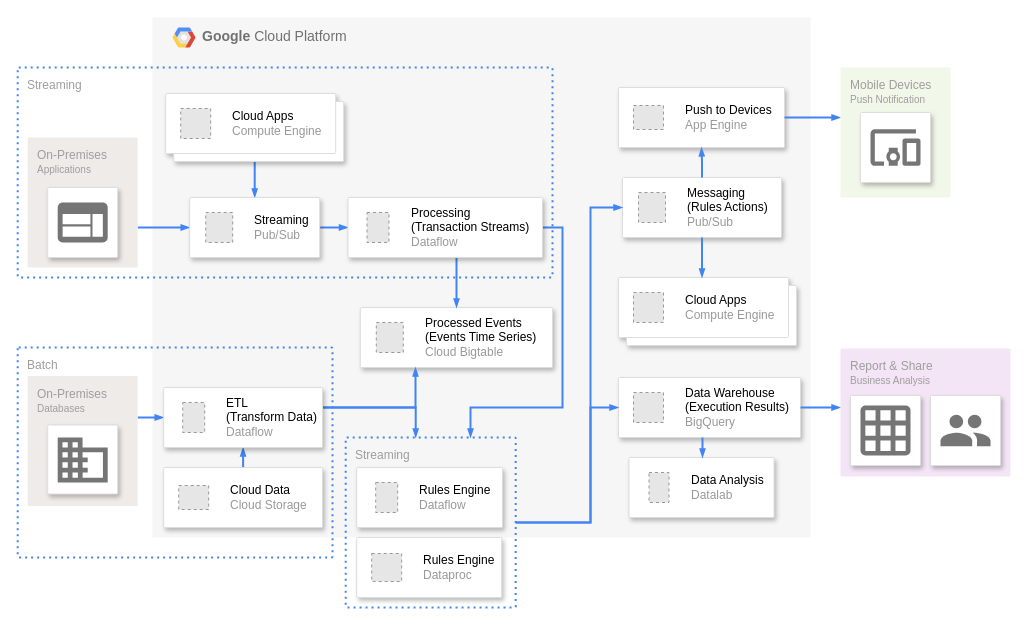
The draw.io diagram CFCA调度中心/运维管控.drawio in sd1026203/drawio, before the edit. Source tidied: cells renumbered, new cells numbered last; positions are measured from the earlier drawing's top-left corner, leaving out a move shared by most shapes. Both pictures are drawn from the tidied source at 100%, with x=0, y=0 at pixel (17, 17). Pictures stored in the file or linked from it are replaced by grey dashed boxes.
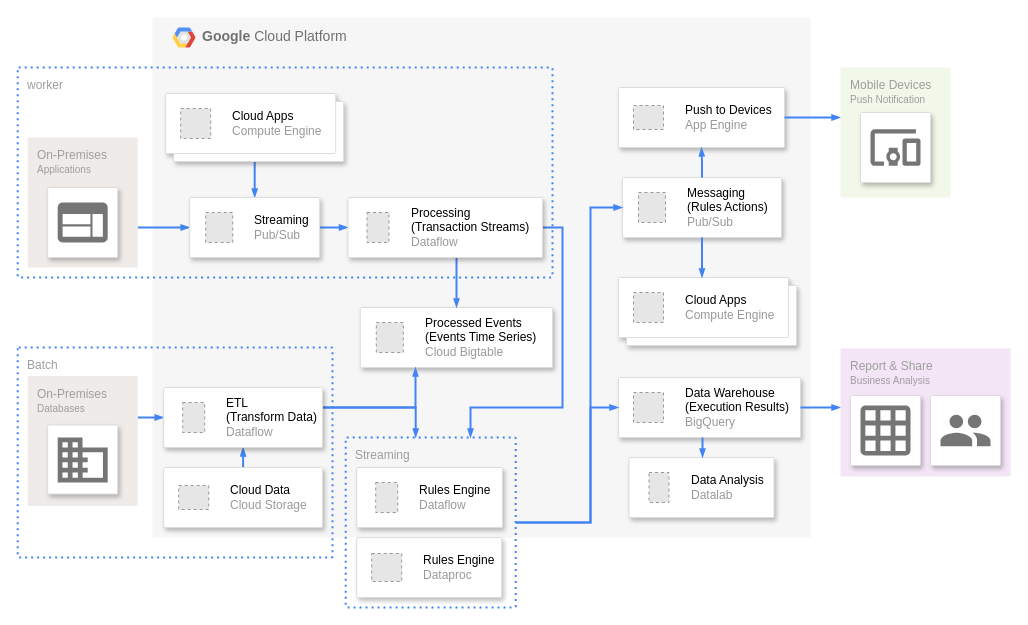
After the change.

Commit message:
更新运维管控.drawio

Diff of the diagram source:
```diff
@@
-    <mxCell id="22" value="Streaming" style="rounded=1;absoluteArcSize=1;arcSize=2;html=1;strokeColor=#4284F3;gradientColor=none;shadow=0;dashed=1;fontSize=12;fontColor=#9E9E9E;align=left;verticalAlign=top;spacing=10;spacingTop=-4;fillColor=none;dashPattern=1 2;strokeWidth=2;" parent="1" vertex="1">
+    <mxCell id="22" value="worker" style="rounded=1;absoluteArcSize=1;arcSize=2;html=1;strokeColor=#4284F3;gradientColor=none;shadow=0;dashed=1;fontSize=12;fontColor=#9E9E9E;align=left;verticalAlign=top;spacing=10;spacingTop=-4;fillColor=none;dashPattern=1 2;strokeWidth=2;" parent="1" vertex="1">
       <mxGeometry x="0.2" y="50" width="534.8" height="210" as="geometry" />
     </mxCell>
```
